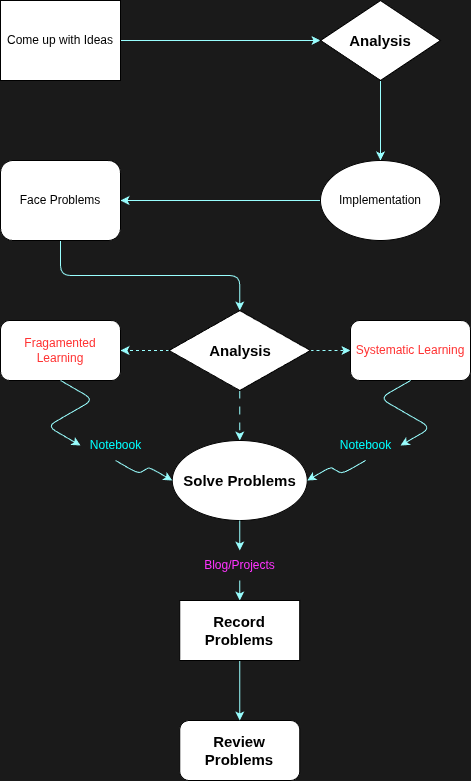
virtualguard101/wiki keeps this draw.io diagram as docs/notes/index.en.drawio.png. Above is the earlier version. Source tidied: cells renumbered, new cells last; positions are measured from the earlier drawing's top-left corner, leaving out a move shared by most shapes.
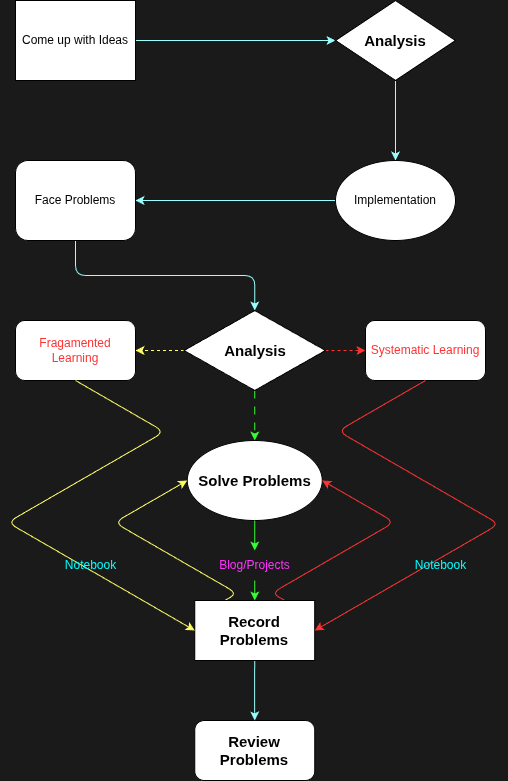
The same file after the commit.

Commit message:
chores: Improve index drawio graph

The edit, as a diff of the source:
```diff
@@ -26,33 +26,27 @@
     <mxCell id="9" value="Face Problems" style="rounded=1;whiteSpace=wrap;html=1;" parent="1" vertex="1">
       <mxGeometry y="160" width="120" height="80" as="geometry" />
     </mxCell>
-    <mxCell id="10" style="edgeStyle=none;html=1;exitX=0;exitY=0.5;exitDx=0;exitDy=0;dashed=1;strokeColor=#99FFFF;" parent="1" edge="1" source="13" target="17">
+    <mxCell id="10" style="edgeStyle=none;html=1;exitX=0;exitY=0.5;exitDx=0;exitDy=0;dashed=1;strokeColor=#FFFF66;" parent="1" edge="1" source="13" target="17">
       <mxGeometry relative="1" as="geometry" />
     </mxCell>
-    <mxCell id="11" style="edgeStyle=none;html=1;exitX=1;exitY=0.5;exitDx=0;exitDy=0;entryX=0;entryY=0.5;entryDx=0;entryDy=0;dashed=1;strokeColor=#99FFFF;" parent="1" edge="1" source="13" target="19">
+    <mxCell id="11" style="edgeStyle=none;html=1;exitX=1;exitY=0.5;exitDx=0;exitDy=0;entryX=0;entryY=0.5;entryDx=0;entryDy=0;dashed=1;strokeColor=#FF3333;" parent="1" edge="1" source="13" target="19">
       <mxGeometry relative="1" as="geometry" />
     </mxCell>
-    <mxCell id="12" style="edgeStyle=none;html=1;exitX=0.5;exitY=1;exitDx=0;exitDy=0;dashed=1;dashPattern=8 8;strokeColor=#99FFFF;" parent="1" edge="1" source="13" target="15">
+    <mxCell id="12" style="edgeStyle=none;html=1;exitX=0.5;exitY=1;exitDx=0;exitDy=0;dashed=1;dashPattern=8 8;strokeColor=#33FF33;" parent="1" edge="1" source="13" target="15">
       <mxGeometry relative="1" as="geometry" />
     </mxCell>
     <mxCell id="13" value="&lt;span style=&quot;font-size: 15px;&quot;&gt;&lt;b&gt;Analysis&lt;/b&gt;&lt;/span&gt;" style="rhombus;whiteSpace=wrap;html=1;" parent="1" vertex="1">
       <mxGeometry x="168.5" y="310" width="141.5" height="80" as="geometry" />
     </mxCell>
-    <mxCell id="14" style="edgeStyle=none;html=1;exitX=0.5;exitY=1;exitDx=0;exitDy=0;entryX=0.5;entryY=0;entryDx=0;entryDy=0;strokeColor=#99FFFF;" parent="1" edge="1" source="29" target="22">
+    <mxCell id="14" style="edgeStyle=none;html=1;exitX=0.5;exitY=1;exitDx=0;exitDy=0;entryX=0.5;entryY=0;entryDx=0;entryDy=0;strokeColor=#33FF33;" parent="1" edge="1" source="29" target="22">
       <mxGeometry relative="1" as="geometry" />
     </mxCell>
     <mxCell id="15" value="&lt;span style=&quot;font-size: 15px;&quot;&gt;&lt;b&gt;Solve Problems&lt;/b&gt;&lt;/span&gt;" style="ellipse;whiteSpace=wrap;html=1;" parent="1" vertex="1">
       <mxGeometry x="171.8" y="440" width="135" height="80" as="geometry" />
     </mxCell>
-    <mxCell id="16" style="edgeStyle=isometricEdgeStyle;html=1;exitX=0.5;exitY=1;exitDx=0;exitDy=0;entryX=0;entryY=0.5;entryDx=0;entryDy=0;elbow=vertical;strokeColor=#99FFFF;" parent="1" edge="1" source="27" target="15">
-      <mxGeometry relative="1" as="geometry" />
-    </mxCell>
     <mxCell id="17" value="&lt;font color=&quot;#ff3333&quot;&gt;Fragamented Learning&lt;/font&gt;" style="rounded=1;whiteSpace=wrap;html=1;" parent="1" vertex="1">
       <mxGeometry y="320" width="120" height="60" as="geometry" />
     </mxCell>
-    <mxCell id="18" style="edgeStyle=isometricEdgeStyle;html=1;exitX=0.5;exitY=1;exitDx=0;exitDy=0;entryX=1;entryY=0.5;entryDx=0;entryDy=0;strokeColor=#99FFFF;" parent="1" edge="1" source="25" target="15">
-      <mxGeometry relative="1" as="geometry" />
-    </mxCell>
     <mxCell id="19" value="&lt;font color=&quot;#ff3333&quot;&gt;Systematic Learning&lt;/font&gt;" style="rounded=1;whiteSpace=wrap;html=1;" parent="1" vertex="1">
       <mxGeometry x="350" y="320" width="120" height="60" as="geometry" />
     </mxCell>
@@ -60,8 +54,26 @@
       <mxGeometry x="179.2" y="720" width="120" height="60" as="geometry" />
     </mxCell>
     <mxCell id="21" style="edgeStyle=none;html=1;exitX=0.5;exitY=1;exitDx=0;exitDy=0;entryX=0.5;entryY=0;entryDx=0;entryDy=0;strokeColor=#99FFFF;" parent="1" edge="1" source="22" target="20">
-      <mxGeometry relative="1" as="geometry" />
+      <mxGeometry relative="1" as="geometry">
+        <Array as="points">
+          <mxPoint x="239" y="690" />
+        </Array>
+      </mxGeometry>
     </mxCell>
+    <mxCell id="30" style="edgeStyle=isometricEdgeStyle;html=1;exitX=0.25;exitY=0;exitDx=0;exitDy=0;entryX=0;entryY=0.5;entryDx=0;entryDy=0;strokeColor=#FFFF66;" parent="1" edge="1" source="22" target="15">
+      <mxGeometry relative="1" as="geometry">
+        <Array as="points">
+          <mxPoint x="130" y="540" />
+        </Array>
+      </mxGeometry>
+    </mxCell>
+    <mxCell id="31" style="edgeStyle=isometricEdgeStyle;html=1;exitX=0.75;exitY=0;exitDx=0;exitDy=0;strokeColor=#FF3333;elbow=vertical;entryX=1;entryY=0.5;entryDx=0;entryDy=0;" parent="1" edge="1" source="22" target="15">
+      <mxGeometry relative="1" as="geometry">
+        <Array as="points">
+          <mxPoint x="330" y="550" />
+        </Array>
+      </mxGeometry>
+    </mxCell>
     <mxCell id="22" value="&lt;span style=&quot;font-size: 15px;&quot;&gt;&lt;b&gt;Record Problems&lt;/b&gt;&lt;/span&gt;" style="rounded=0;whiteSpace=wrap;html=1;" parent="1" vertex="1">
       <mxGeometry x="179.2" y="600" width="120" height="60" as="geometry" />
     </mxCell>
@@ -71,23 +83,31 @@
         <mxPoint x="60" y="420" as="targetPoint" />
       </mxGeometry>
     </mxCell>
-    <mxCell id="24" style="edgeStyle=isometricEdgeStyle;html=1;exitX=0.5;exitY=1;exitDx=0;exitDy=0;entryX=1;entryY=0.5;entryDx=0;entryDy=0;strokeColor=#99FFFF;" parent="1" edge="1" source="19" target="25">
-      <mxGeometry relative="1" as="geometry" />
+    <mxCell id="24" style="edgeStyle=isometricEdgeStyle;html=1;exitX=0.5;exitY=1;exitDx=0;exitDy=0;entryX=1;entryY=0.5;entryDx=0;entryDy=0;strokeColor=#FF3333;" parent="1" edge="1" source="19" target="22">
+      <mxGeometry relative="1" as="geometry">
+        <Array as="points">
+          <mxPoint x="460" y="510" />
+        </Array>
+      </mxGeometry>
     </mxCell>
-    <mxCell id="25" value="&lt;font style=&quot;color: rgb(0, 255, 255);&quot;&gt;Notebook&lt;/font&gt;" style="text;html=1;align=center;verticalAlign=middle;points=[];strokeColor=none;fillColor=none;" parent="1" vertex="1">
-      <mxGeometry x="330" y="430" width="70" height="30" as="geometry" />
-    </mxCell>
-    <mxCell id="26" style="edgeStyle=isometricEdgeStyle;html=1;exitX=0.5;exitY=1;exitDx=0;exitDy=0;entryX=0;entryY=0.5;entryDx=0;entryDy=0;elbow=vertical;strokeColor=#99FFFF;" parent="1" edge="1" source="17" target="27">
-      <mxGeometry relative="1" as="geometry" />
+    <mxCell id="26" style="edgeStyle=isometricEdgeStyle;html=1;exitX=0.5;exitY=1;exitDx=0;exitDy=0;entryX=0;entryY=0.5;entryDx=0;entryDy=0;elbow=vertical;strokeColor=#FFFF66;" parent="1" edge="1" source="17" target="22">
+      <mxGeometry relative="1" as="geometry">
+        <Array as="points">
+          <mxPoint x="30" y="500" />
+        </Array>
+      </mxGeometry>
     </mxCell>
-    <mxCell id="27" value="&lt;font style=&quot;color: rgb(0, 255, 255);&quot;&gt;Notebook&lt;/font&gt;" style="text;html=1;align=center;verticalAlign=middle;points=[];strokeColor=none;fillColor=none;" parent="1" vertex="1">
-      <mxGeometry x="80" y="430" width="70" height="30" as="geometry" />
-    </mxCell>
-    <mxCell id="28" style="edgeStyle=none;html=1;exitX=0.5;exitY=1;exitDx=0;exitDy=0;entryX=0.5;entryY=0;entryDx=0;entryDy=0;strokeColor=#99FFFF;" parent="1" edge="1" source="15" target="29">
+    <mxCell id="28" style="edgeStyle=none;html=1;exitX=0.5;exitY=1;exitDx=0;exitDy=0;entryX=0.5;entryY=0;entryDx=0;entryDy=0;strokeColor=#33FF33;" parent="1" edge="1" source="15" target="29">
       <mxGeometry relative="1" as="geometry" />
     </mxCell>
     <mxCell id="29" value="&lt;font style=&quot;color: rgb(255, 51, 255);&quot;&gt;Blog/Projects&lt;/font&gt;" style="text;html=1;align=center;verticalAlign=middle;points=[];strokeColor=none;fillColor=none;" parent="1" vertex="1">
       <mxGeometry x="194.2" y="550" width="90" height="30" as="geometry" />
     </mxCell>
+    <mxCell id="32" value="&lt;font style=&quot;color: rgb(0, 255, 255);&quot;&gt;Notebook&lt;/font&gt;" style="text;html=1;align=center;verticalAlign=middle;strokeColor=none;fillColor=none;" parent="1" vertex="1">
+      <mxGeometry x="390" y="550" width="70" height="30" as="geometry" />
+    </mxCell>
+    <mxCell id="33" value="&lt;font style=&quot;color: rgb(0, 255, 255);&quot;&gt;Notebook&lt;/font&gt;" style="text;html=1;align=center;verticalAlign=middle;strokeColor=none;fillColor=none;" parent="1" vertex="1">
+      <mxGeometry x="40" y="550" width="70" height="30" as="geometry" />
+    </mxCell>
   </root>
 </mxGraphModel>
```
